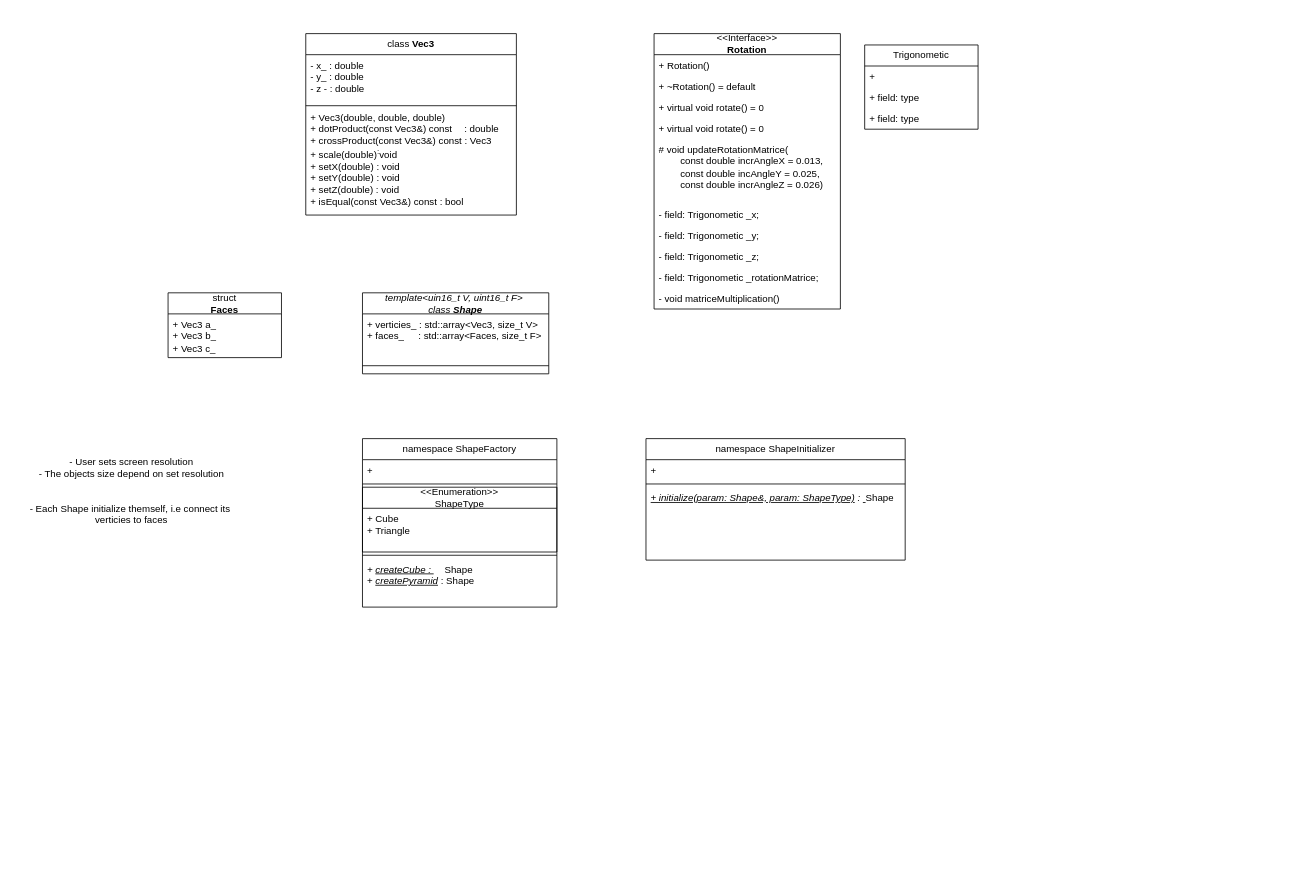
The draw.io diagram Architecture.drawio in AntonG97/ASCII_cube, before the edit. Source tidied: cells renumbered, new cells numbered last; positions are measured from the earlier drawing's top-left corner, leaving out a move shared by most shapes. Both pictures are drawn from the tidied source at 81%, with x=0, y=0 at pixel (14, 33).
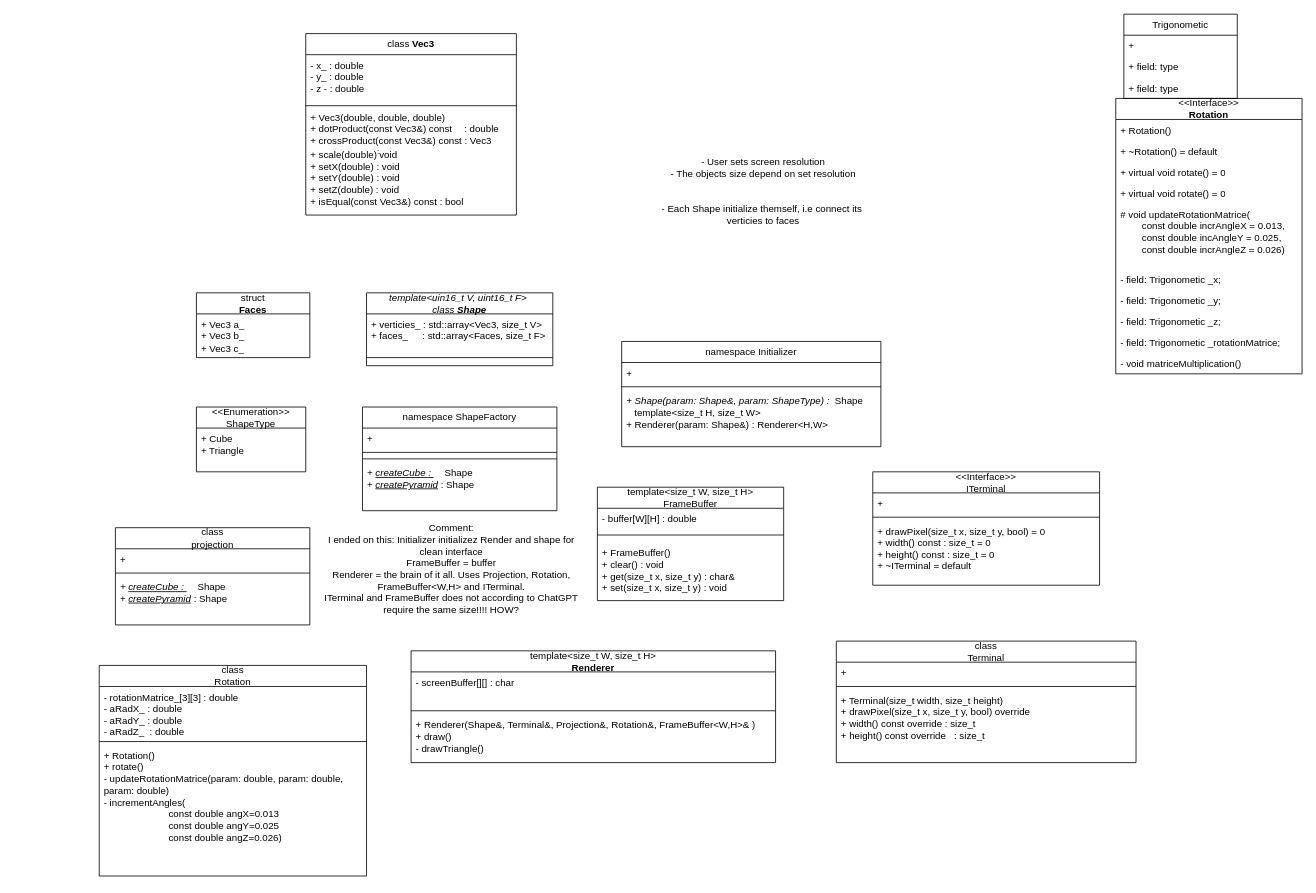
After the change.

Diff of the diagram source:
```diff
@@
     <mxCell id="2" value="&amp;lt;&amp;lt;Interface&amp;gt;&amp;gt;&lt;div&gt;&lt;b&gt;Rotation&lt;/b&gt;&lt;/div&gt;" style="swimlane;fontStyle=0;horizontal=1;startSize=26;fillColor=none;whiteSpace=wrap;html=1;" parent="1" vertex="1">
-      <mxGeometry x="790" width="230" height="340" as="geometry" />
+      <mxGeometry x="1360" y="80" width="230" height="340" as="geometry" />
     </mxCell>
@@
     <mxCell id="13" value="Trigonometic" style="swimlane;fontStyle=0;horizontal=1;startSize=26;fillColor=none;whiteSpace=wrap;html=1;" parent="1" vertex="1">
-      <mxGeometry x="1050" y="14" width="140" height="104" as="geometry" />
+      <mxGeometry x="1370" y="-24" width="140" height="104" as="geometry" />
     </mxCell>
@@
     <mxCell id="21" value="&lt;div&gt;- User sets screen resolution&lt;/div&gt;&lt;div&gt;- The objects size depend on set resolution&lt;/div&gt;&lt;div&gt;&lt;br&gt;&lt;/div&gt;&lt;div&gt;&lt;br&gt;&lt;/div&gt;&lt;div&gt;- Each Shape initialize themself, i.e connect its&amp;nbsp;&lt;/div&gt;&lt;div&gt;verticies to faces&lt;/div&gt;" style="text;html=1;whiteSpace=wrap;strokeColor=none;fillColor=none;align=center;verticalAlign=middle;rounded=0;" parent="1" vertex="1">
-      <mxGeometry y="520" width="290" height="90" as="geometry" />
+      <mxGeometry x="780" y="150" width="290" height="90" as="geometry" />
     </mxCell>
     <mxCell id="22" value="namespace ShapeFactory" style="swimlane;fontStyle=0;horizontal=1;startSize=26;fillColor=none;whiteSpace=wrap;html=1;" parent="1" vertex="1">
-      <mxGeometry x="430" y="500" width="240" height="208" as="geometry" />
+      <mxGeometry x="430" y="461" width="240" height="128" as="geometry" />
     </mxCell>
@@
-    <mxCell id="25" value="&lt;div&gt;&amp;lt;&amp;lt;Enumeration&amp;gt;&amp;gt;&lt;/div&gt;&lt;div&gt;ShapeType&lt;/div&gt;" style="swimlane;fontStyle=0;horizontal=1;startSize=26;fillColor=none;whiteSpace=wrap;html=1;" parent="22" vertex="1">
-      <mxGeometry y="60" width="240" height="80" as="geometry" />
-    </mxCell>
-    <mxCell id="26" value="&lt;div&gt;+ Cube&lt;/div&gt;+ Triangle" style="text;strokeColor=none;fillColor=none;align=left;verticalAlign=top;spacingLeft=4;spacingRight=4;overflow=hidden;whiteSpace=wrap;html=1;" parent="25" vertex="1">
-      <mxGeometry y="26" width="240" height="54" as="geometry" />
-    </mxCell>
     <mxCell id="27" style="line;strokeWidth=1;fillColor=none;align=left;verticalAlign=middle;spacingTop=-1;spacingLeft=3;spacingRight=3;labelPosition=right;strokeColor=inherit;" parent="22" vertex="1">
-      <mxGeometry y="140" width="240" height="8" as="geometry" />
+      <mxGeometry y="60" width="240" height="8" as="geometry" />
     </mxCell>
     <mxCell id="28" value="&lt;div&gt;&lt;i&gt;+&amp;nbsp;&lt;u&gt;createCube&amp;nbsp;:&amp;nbsp;&lt;/u&gt;&lt;/i&gt;&amp;nbsp; &amp;nbsp; Shape&lt;/div&gt;+&amp;nbsp;&lt;i&gt;&lt;u&gt;createPyramid&lt;/u&gt;&lt;/i&gt;&amp;nbsp;: Shape" style="text;strokeColor=none;fillColor=none;align=left;verticalAlign=top;spacingLeft=4;spacingRight=4;overflow=hidden;whiteSpace=wrap;html=1;" parent="22" vertex="1">
-      <mxGeometry y="148" width="240" height="60" as="geometry" />
+      <mxGeometry y="68" width="240" height="60" as="geometry" />
     </mxCell>
     <mxCell id="29" value="&lt;div&gt;&lt;i&gt;template&amp;lt;uin16_t V, uint16_t F&amp;gt;&amp;nbsp;&lt;/i&gt;&lt;/div&gt;&lt;div&gt;&lt;i&gt;class&lt;b&gt;&amp;nbsp;Shape&lt;/b&gt;&lt;/i&gt;&lt;/div&gt;" style="swimlane;fontStyle=0;horizontal=1;startSize=26;fillColor=none;whiteSpace=wrap;html=1;" parent="1" vertex="1">
-      <mxGeometry x="430" y="320" width="230" height="100" as="geometry" />
+      <mxGeometry x="435" y="320" width="230" height="90" as="geometry" />
     </mxCell>
     <mxCell id="30" value="&lt;div&gt;+ verticies_ : std::array&amp;lt;Vec3, size_t V&amp;gt;&lt;/div&gt;+ faces_ &lt;span style=&quot;white-space: pre;&quot;&gt;&#9;&lt;/span&gt;&amp;nbsp; &amp;nbsp;: std::array&amp;lt;Faces, size_t F&amp;gt;" style="text;strokeColor=none;fillColor=none;align=left;verticalAlign=top;spacingLeft=4;spacingRight=4;overflow=hidden;whiteSpace=wrap;html=1;" parent="29" vertex="1">
-      <mxGeometry y="26" width="230" height="54" as="geometry" />
+      <mxGeometry y="26" width="230" height="44" as="geometry" />
     </mxCell>
     <mxCell id="31" style="line;strokeWidth=1;fillColor=none;align=left;verticalAlign=middle;spacingTop=-1;spacingLeft=3;spacingRight=3;labelPosition=right;strokeColor=inherit;" parent="29" vertex="1">
-      <mxGeometry y="80" width="230" height="20" as="geometry" />
+      <mxGeometry y="70" width="230" height="20" as="geometry" />
     </mxCell>
     <mxCell id="32" value="&lt;div&gt;struct&lt;/div&gt;&lt;div&gt;&lt;b&gt;Faces&lt;/b&gt;&lt;/div&gt;" style="swimlane;fontStyle=0;horizontal=1;startSize=26;fillColor=none;whiteSpace=wrap;html=1;" parent="1" vertex="1">
-      <mxGeometry x="190" y="320" width="140" height="80" as="geometry" />
+      <mxGeometry x="225" y="320" width="140" height="80" as="geometry" />
     </mxCell>
@@
-    <mxCell id="34" value="namespace ShapeInitializer" style="swimlane;fontStyle=0;horizontal=1;startSize=26;fillColor=none;whiteSpace=wrap;html=1;" parent="1" vertex="1">
-      <mxGeometry x="780" y="500" width="320" height="150" as="geometry" />
+    <mxCell id="34" value="namespace Initializer" style="swimlane;fontStyle=0;horizontal=1;startSize=26;fillColor=none;whiteSpace=wrap;html=1;" parent="1" vertex="1">
+      <mxGeometry x="750" y="380" width="320" height="130" as="geometry" />
     </mxCell>
@@
-    <mxCell id="37" value="&lt;div&gt;&lt;i&gt;&lt;u&gt;+ initialize(param: Shape&amp;amp;, param: ShapeType)&lt;/u&gt;&amp;nbsp;:&amp;nbsp;&lt;u&gt; &lt;/u&gt;&lt;/i&gt;Shape&lt;/div&gt;" style="text;strokeColor=none;fillColor=none;align=left;verticalAlign=top;spacingLeft=4;spacingRight=4;overflow=hidden;whiteSpace=wrap;html=1;" parent="34" vertex="1">
-      <mxGeometry y="60" width="320" height="90" as="geometry" />
+    <mxCell id="37" value="&lt;div&gt;&lt;i&gt;+ Shape(param: Shape&amp;amp;, param: ShapeType)&amp;nbsp;:&amp;nbsp; &lt;/i&gt;Shape&lt;/div&gt;&lt;div&gt;&amp;nbsp; &amp;nbsp;template&amp;lt;size_t H, size_t W&amp;gt;&lt;/div&gt;&lt;div&gt;+ Renderer(param: Shape&amp;amp;) : Renderer&amp;lt;H,W&amp;gt;&lt;/div&gt;&lt;div&gt;&lt;br&gt;&lt;/div&gt;" style="text;strokeColor=none;fillColor=none;align=left;verticalAlign=top;spacingLeft=4;spacingRight=4;overflow=hidden;whiteSpace=wrap;html=1;" parent="34" vertex="1">
+      <mxGeometry y="60" width="320" height="70" as="geometry" />
     </mxCell>
+    <mxCell id="25" value="&lt;div&gt;&amp;lt;&amp;lt;Enumeration&amp;gt;&amp;gt;&lt;/div&gt;&lt;div&gt;ShapeType&lt;/div&gt;" style="swimlane;fontStyle=0;horizontal=1;startSize=26;fillColor=none;whiteSpace=wrap;html=1;" parent="1" vertex="1">
+      <mxGeometry x="225" y="461" width="135" height="80" as="geometry" />
+    </mxCell>
+    <mxCell id="26" value="&lt;div&gt;+ Cube&lt;/div&gt;+ Triangle" style="text;strokeColor=none;fillColor=none;align=left;verticalAlign=top;spacingLeft=4;spacingRight=4;overflow=hidden;whiteSpace=wrap;html=1;" parent="25" vertex="1">
+      <mxGeometry y="26" width="135" height="54" as="geometry" />
+    </mxCell>
+    <mxCell id="38" value="&lt;div&gt;template&amp;lt;size_t W, size_t H&amp;gt;&lt;/div&gt;&lt;div&gt;&lt;b&gt;Renderer&lt;/b&gt;&lt;/div&gt;" style="swimlane;fontStyle=0;horizontal=1;startSize=26;fillColor=none;whiteSpace=wrap;html=1;" parent="1" vertex="1">
+      <mxGeometry x="490" y="762" width="450" height="138" as="geometry" />
+    </mxCell>
+    <mxCell id="39" value="&lt;div&gt;- screenBuffer[][] : char&lt;/div&gt;" style="text;strokeColor=none;fillColor=none;align=left;verticalAlign=top;spacingLeft=4;spacingRight=4;overflow=hidden;whiteSpace=wrap;html=1;" parent="38" vertex="1">
+      <mxGeometry y="26" width="450" height="44" as="geometry" />
+    </mxCell>
+    <mxCell id="40" style="line;strokeWidth=1;fillColor=none;align=left;verticalAlign=middle;spacingTop=-1;spacingLeft=3;spacingRight=3;labelPosition=right;strokeColor=inherit;" parent="38" vertex="1">
+      <mxGeometry y="70" width="450" height="8" as="geometry" />
+    </mxCell>
+    <mxCell id="41" value="&lt;div&gt;+ Renderer(Shape&amp;amp;, Terminal&amp;amp;, Projection&amp;amp;, Rotation&amp;amp;,&amp;nbsp;FrameBuffer&amp;lt;W,H&amp;gt;&amp;amp;&amp;nbsp;)&lt;/div&gt;&lt;div&gt;+ draw()&lt;/div&gt;- drawTriangle()" style="text;strokeColor=none;fillColor=none;align=left;verticalAlign=top;spacingLeft=4;spacingRight=4;overflow=hidden;whiteSpace=wrap;html=1;" parent="38" vertex="1">
+      <mxGeometry y="78" width="450" height="60" as="geometry" />
+    </mxCell>
+    <mxCell id="42" value="&lt;div&gt;class&lt;/div&gt;&lt;div&gt;Terminal&lt;/div&gt;" style="swimlane;fontStyle=0;horizontal=1;startSize=26;fillColor=none;whiteSpace=wrap;html=1;" parent="1" vertex="1">
+      <mxGeometry x="1015" y="750" width="370" height="150" as="geometry" />
+    </mxCell>
+    <mxCell id="43" value="+&amp;nbsp;" style="text;strokeColor=none;fillColor=none;align=left;verticalAlign=top;spacingLeft=4;spacingRight=4;overflow=hidden;whiteSpace=wrap;html=1;" parent="42" vertex="1">
+      <mxGeometry y="26" width="370" height="26" as="geometry" />
+    </mxCell>
+    <mxCell id="44" style="line;strokeWidth=1;fillColor=none;align=left;verticalAlign=middle;spacingTop=-1;spacingLeft=3;spacingRight=3;labelPosition=right;strokeColor=inherit;" parent="42" vertex="1">
+      <mxGeometry y="52" width="370" height="8" as="geometry" />
+    </mxCell>
+    <mxCell id="45" value="&lt;div&gt;+ Terminal(size_t width,&amp;nbsp;size_t height)&lt;/div&gt;&lt;div&gt;+ drawPixel(size_t&amp;nbsp;x,&amp;nbsp;size_t&amp;nbsp;y, bool) override&lt;/div&gt;&lt;div&gt;+ width() const override :&amp;nbsp;size_t&lt;/div&gt;&lt;div&gt;+ height() const override&amp;nbsp; &amp;nbsp;:&amp;nbsp;size_t&lt;/div&gt;" style="text;strokeColor=none;fillColor=none;align=left;verticalAlign=top;spacingLeft=4;spacingRight=4;overflow=hidden;whiteSpace=wrap;html=1;" parent="42" vertex="1">
+      <mxGeometry y="60" width="370" height="90" as="geometry" />
+    </mxCell>
+    <mxCell id="46" value="&lt;div&gt;class&lt;/div&gt;&lt;div&gt;Rotation&lt;/div&gt;" style="swimlane;fontStyle=0;horizontal=1;startSize=26;fillColor=none;whiteSpace=wrap;html=1;" parent="1" vertex="1">
+      <mxGeometry x="105" y="780" width="330" height="260" as="geometry" />
+    </mxCell>
+    <mxCell id="47" value="&lt;div&gt;- rotationMatrice_[3][3] : double&amp;nbsp;&lt;/div&gt;&lt;div&gt;- aRadX_ : double&lt;/div&gt;&lt;div&gt;- aRadY_ : double&lt;/div&gt;&lt;div&gt;- aRadZ_&amp;nbsp; : double&lt;/div&gt;" style="text;strokeColor=none;fillColor=none;align=left;verticalAlign=top;spacingLeft=4;spacingRight=4;overflow=hidden;whiteSpace=wrap;html=1;" parent="46" vertex="1">
+      <mxGeometry y="26" width="330" height="64" as="geometry" />
+    </mxCell>
+    <mxCell id="48" style="line;strokeWidth=1;fillColor=none;align=left;verticalAlign=middle;spacingTop=-1;spacingLeft=3;spacingRight=3;labelPosition=right;strokeColor=inherit;" parent="46" vertex="1">
+      <mxGeometry y="90" width="330" height="8" as="geometry" />
+    </mxCell>
+    <mxCell id="49" value="&lt;div&gt;+ Rotation()&lt;/div&gt;&lt;div&gt;+ rotate()&lt;/div&gt;&lt;div&gt;- updateRotationMatrice(param: double, param: double, param: double)&lt;/div&gt;&lt;div&gt;- incrementAngles(&lt;div&gt;&lt;span style=&quot;white-space: pre;&quot;&gt;&#9;&lt;/span&gt;&lt;span style=&quot;white-space: pre;&quot;&gt;&#9;&lt;span style=&quot;white-space: pre;&quot;&gt;&#9;&lt;/span&gt;&lt;/span&gt;const double angX=0.013&lt;/div&gt;&lt;div&gt;&lt;span style=&quot;white-space: pre;&quot;&gt;&#9;&lt;/span&gt;&lt;span style=&quot;white-space: pre;&quot;&gt;&#9;&lt;span style=&quot;white-space: pre;&quot;&gt;&#9;&lt;/span&gt;&lt;/span&gt;const double angY=0.025&lt;/div&gt;&lt;div&gt;&lt;span style=&quot;white-space: pre;&quot;&gt;&#9;&lt;/span&gt;&lt;span style=&quot;white-space: pre;&quot;&gt;&#9;&lt;span style=&quot;white-space: pre;&quot;&gt;&#9;&lt;/span&gt;&lt;/span&gt;const double angZ=0.026)&lt;/div&gt;&lt;div&gt;&lt;br&gt;&lt;/div&gt;&lt;/div&gt;" style="text;strokeColor=none;fillColor=none;align=left;verticalAlign=top;spacingLeft=4;spacingRight=4;overflow=hidden;whiteSpace=wrap;html=1;" parent="46" vertex="1">
+      <mxGeometry y="98" width="330" height="162" as="geometry" />
+    </mxCell>
+    <mxCell id="50" value="&lt;div&gt;class&lt;/div&gt;&lt;div&gt;projection&lt;/div&gt;" style="swimlane;fontStyle=0;horizontal=1;startSize=26;fillColor=none;whiteSpace=wrap;html=1;" parent="1" vertex="1">
+      <mxGeometry x="125" y="610" width="240" height="120" as="geometry" />
+    </mxCell>
+    <mxCell id="51" value="+" style="text;strokeColor=none;fillColor=none;align=left;verticalAlign=top;spacingLeft=4;spacingRight=4;overflow=hidden;whiteSpace=wrap;html=1;" parent="50" vertex="1">
+      <mxGeometry y="26" width="240" height="26" as="geometry" />
+    </mxCell>
+    <mxCell id="52" style="line;strokeWidth=1;fillColor=none;align=left;verticalAlign=middle;spacingTop=-1;spacingLeft=3;spacingRight=3;labelPosition=right;strokeColor=inherit;" parent="50" vertex="1">
+      <mxGeometry y="52" width="240" height="8" as="geometry" />
+    </mxCell>
+    <mxCell id="53" value="&lt;div&gt;&lt;i&gt;+&amp;nbsp;&lt;u&gt;createCube&amp;nbsp;:&amp;nbsp;&lt;/u&gt;&lt;/i&gt;&amp;nbsp; &amp;nbsp; Shape&lt;/div&gt;+&amp;nbsp;&lt;i&gt;&lt;u&gt;createPyramid&lt;/u&gt;&lt;/i&gt;&amp;nbsp;: Shape" style="text;strokeColor=none;fillColor=none;align=left;verticalAlign=top;spacingLeft=4;spacingRight=4;overflow=hidden;whiteSpace=wrap;html=1;" parent="50" vertex="1">
+      <mxGeometry y="60" width="240" height="60" as="geometry" />
+    </mxCell>
+    <mxCell id="54" value="&lt;div&gt;&amp;lt;&amp;lt;Interface&amp;gt;&amp;gt;&lt;/div&gt;&lt;div&gt;ITerminal&lt;/div&gt;" style="swimlane;fontStyle=0;horizontal=1;startSize=26;fillColor=none;whiteSpace=wrap;html=1;" parent="1" vertex="1">
+      <mxGeometry x="1060" y="541" width="280" height="140" as="geometry" />
+    </mxCell>
+    <mxCell id="55" value="+&amp;nbsp;" style="text;strokeColor=none;fillColor=none;align=left;verticalAlign=top;spacingLeft=4;spacingRight=4;overflow=hidden;whiteSpace=wrap;html=1;" parent="54" vertex="1">
+      <mxGeometry y="26" width="280" height="26" as="geometry" />
+    </mxCell>
+    <mxCell id="56" style="line;strokeWidth=1;fillColor=none;align=left;verticalAlign=middle;spacingTop=-1;spacingLeft=3;spacingRight=3;labelPosition=right;strokeColor=inherit;" parent="54" vertex="1">
+      <mxGeometry y="52" width="280" height="8" as="geometry" />
+    </mxCell>
+    <mxCell id="57" value="&lt;div&gt;+ drawPixel(size_t x,&amp;nbsp;size_t&amp;nbsp;y, bool) = 0&lt;/div&gt;&lt;div&gt;+ width() const :&amp;nbsp;size_t&amp;nbsp;= 0&lt;/div&gt;&lt;div&gt;+ height() const :&amp;nbsp;size_t&amp;nbsp;= 0&lt;/div&gt;&lt;div&gt;+ ~ITerminal = default&lt;/div&gt;" style="text;strokeColor=none;fillColor=none;align=left;verticalAlign=top;spacingLeft=4;spacingRight=4;overflow=hidden;whiteSpace=wrap;html=1;" parent="54" vertex="1">
+      <mxGeometry y="60" width="280" height="80" as="geometry" />
+    </mxCell>
+    <mxCell id="58" value="&lt;div&gt;template&amp;lt;size_t W, size_t H&amp;gt;&lt;/div&gt;&lt;div&gt;FrameBuffer&lt;/div&gt;" style="swimlane;fontStyle=0;horizontal=1;startSize=26;fillColor=none;whiteSpace=wrap;html=1;" parent="1" vertex="1">
+      <mxGeometry x="720" y="560" width="230" height="140" as="geometry" />
+    </mxCell>
+    <mxCell id="59" value="- buffer[W][H] : double" style="text;strokeColor=none;fillColor=none;align=left;verticalAlign=top;spacingLeft=4;spacingRight=4;overflow=hidden;whiteSpace=wrap;html=1;" parent="58" vertex="1">
+      <mxGeometry y="26" width="230" height="24" as="geometry" />
+    </mxCell>
+    <mxCell id="60" style="line;strokeWidth=1;fillColor=none;align=left;verticalAlign=middle;spacingTop=-1;spacingLeft=3;spacingRight=3;labelPosition=right;strokeColor=inherit;" parent="58" vertex="1">
+      <mxGeometry y="50" width="230" height="18" as="geometry" />
+    </mxCell>
+    <mxCell id="61" value="&lt;div&gt;+ FrameBuffer()&lt;/div&gt;&lt;div&gt;+ clear() : void&amp;nbsp;&lt;/div&gt;&lt;div&gt;+ get(size_t x, size_t y) : char&amp;amp;&lt;/div&gt;&lt;div&gt;+ set(size_t x, size_t y) : void&lt;/div&gt;" style="text;strokeColor=none;fillColor=none;align=left;verticalAlign=top;spacingLeft=4;spacingRight=4;overflow=hidden;whiteSpace=wrap;html=1;" parent="58" vertex="1">
+      <mxGeometry y="68" width="230" height="72" as="geometry" />
+    </mxCell>
+    <mxCell id="62" value="Comment:&lt;br&gt;&lt;div&gt;I ended on this: Initializer initializez Render and shape for clean interface&lt;/div&gt;&lt;div&gt;FrameBuffer = buffer&lt;/div&gt;&lt;div&gt;Renderer = the brain of it all. Uses Projection, Rotation, FrameBuffer&amp;lt;W,H&amp;gt; and ITerminal.&lt;/div&gt;&lt;div&gt;ITerminal and FrameBuffer does not according to ChatGPT require the same size!!!! HOW?&lt;/div&gt;" style="text;html=1;whiteSpace=wrap;strokeColor=none;fillColor=none;align=center;verticalAlign=middle;rounded=0;" parent="1" vertex="1">
+      <mxGeometry x="380" y="591" width="320" height="139" as="geometry" />
+    </mxCell>
```
